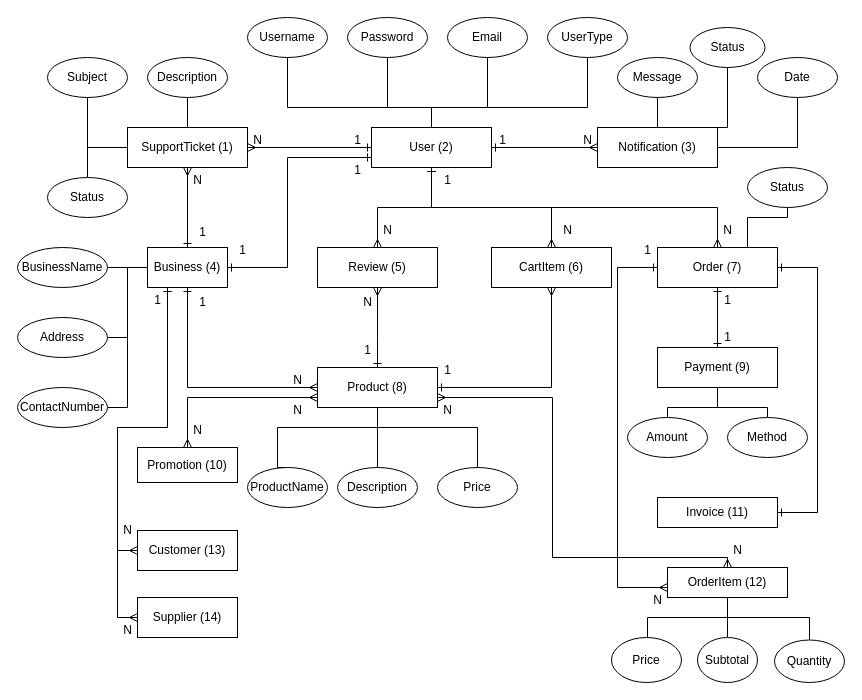
MinMinis/COS20031---Computing-Technology-Design-Project keeps this draw.io diagram as Project Proposal/Concept_ERD.drawio. Above is the earlier version. Source tidied: cells renumbered, new cells numbered last; positions are measured from the earlier drawing's top-left corner, leaving out a move shared by most shapes. Both pictures are drawn from the tidied source at 100%, with x=0, y=0 at pixel (17, 17).
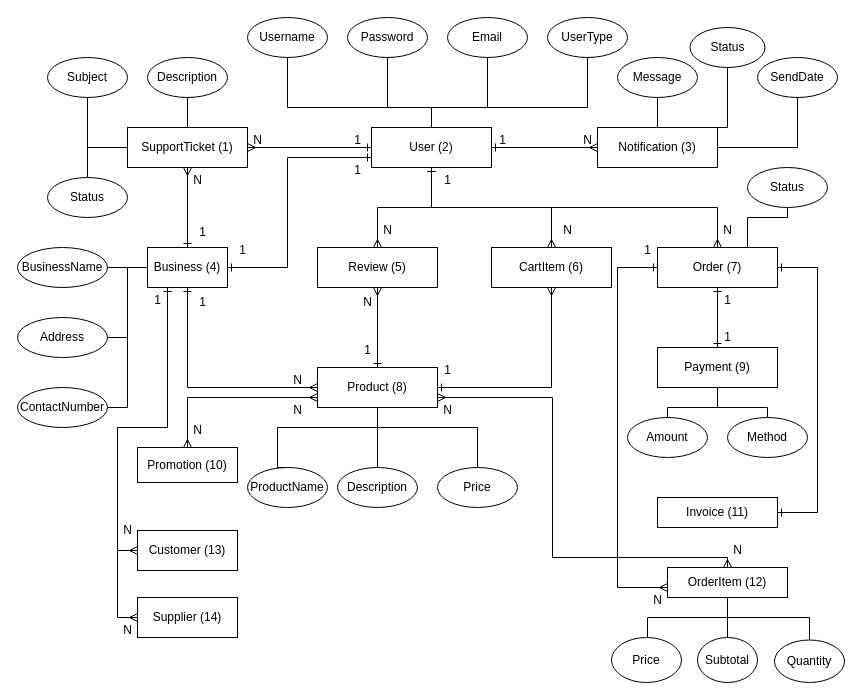
The same diagram, later.

Commit message (it also covers changes not shown here):
Fix error with ERD

Change to the diagram source:
```diff
@@
-    <mxCell id="51" value="Date" style="ellipse;whiteSpace=wrap;html=1;" parent="1" vertex="1">
+    <mxCell id="51" value="SendDate" style="ellipse;whiteSpace=wrap;html=1;" parent="1" vertex="1">
       <mxGeometry x="740" y="40" width="80" height="40" as="geometry" />
     </mxCell>
```
